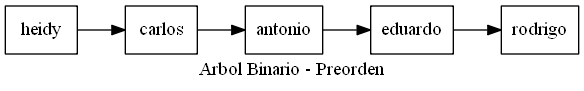
Before: Reportes/ArbolPreorden.png, a diagram exported from Graphviz (hr9457/EDD_1S2020_PY1_201314296). Its source is kept beside it as ArchivosDot/ArbolPreorden.dot.
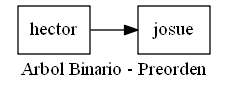
After the change.

The edit, as a diff of the source:
```diff
@@ -1,11 +1,8 @@
 digraph arbolPreorden {
 node [shape=record];
 rankdir=LR;
-nodo0[label="heidy"];
-nodo1[label="carlos"];
-nodo2[label="antonio"];
-nodo3[label="eduardo"];
-nodo4[label="rodrigo"];
-nodo0->nodo1->nodo2->nodo3->nodo4;
+nodo0[label="hector"];
+nodo1[label="josue"];
+nodo0->nodo1;
 label = " Arbol Binario - Preorden "
 }
```
